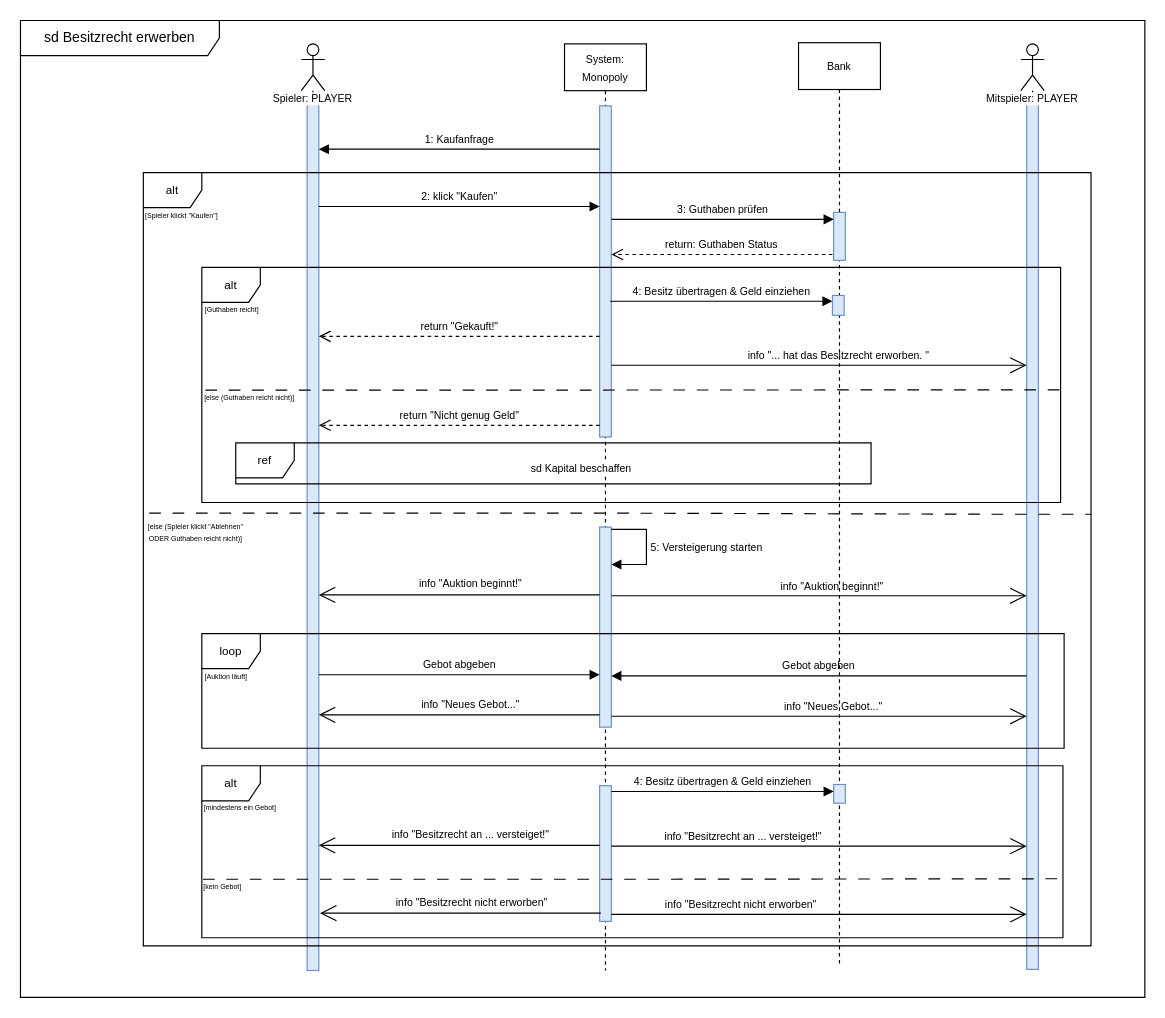
Above: page "sd Besitzrecht erwerben" (3 of 7) of Sequenzdiagramme SE Monopoly.drawio in TypeWolf/dhbw_se_monopoly (draw.io), before the change. Source tidied: cells renumbered, new cells numbered last; positions are measured from the earlier drawing's top-left corner, leaving out a move shared by most shapes. Both pictures are drawn from the tidied source at 117%, with x=0, y=0 at pixel (20, 20).
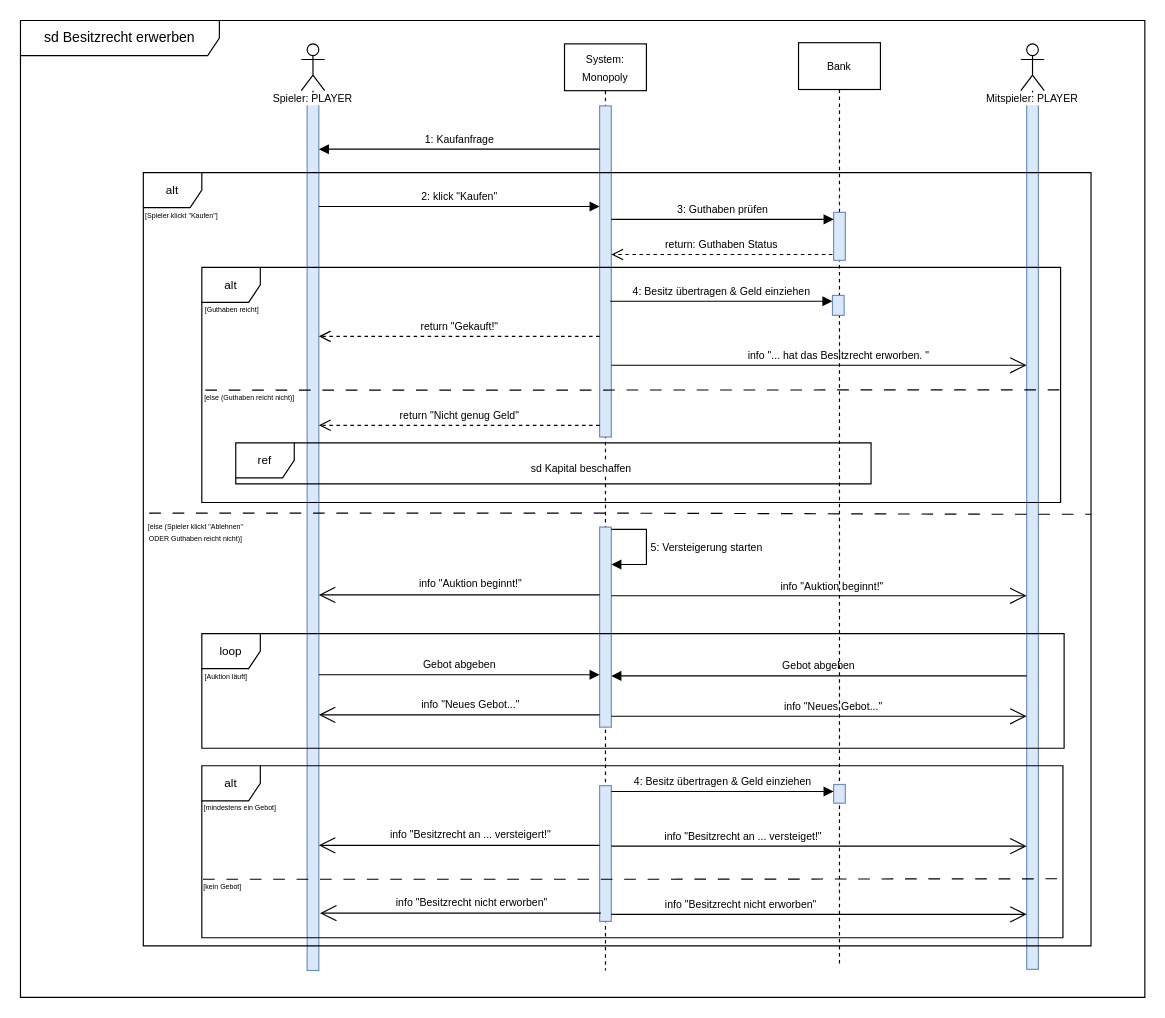
The same diagram, later.

The change refers to these unchanged cells:
```xml
<mxCell id="40" value="sd Besitzrecht erwerben" style="shape=umlFrame;whiteSpace=wrap;html=1;width=170;" parent="1" vertex="1">
  <mxGeometry width="961" height="835" as="geometry" />
</mxCell>
```

The edit, as a diff of the source:
```diff
@@
-    <mxCell id="49" value="&lt;font style=&quot;font-size: 9px;&quot;&gt;info &quot;Besitzrecht an ... versteiget!&quot;&lt;/font&gt;" style="text;html=1;whiteSpace=wrap;strokeColor=none;fillColor=none;align=center;verticalAlign=middle;rounded=0;" parent="40" vertex="1">
+    <mxCell id="49" value="&lt;font style=&quot;font-size: 9px;&quot;&gt;info &quot;Besitzrecht an ... versteigert!&quot;&lt;/font&gt;" style="text;html=1;whiteSpace=wrap;strokeColor=none;fillColor=none;align=center;verticalAlign=middle;rounded=0;" parent="40" vertex="1">
       <mxGeometry x="315" y="680" width="140" height="30" as="geometry" />
     </mxCell>
```
